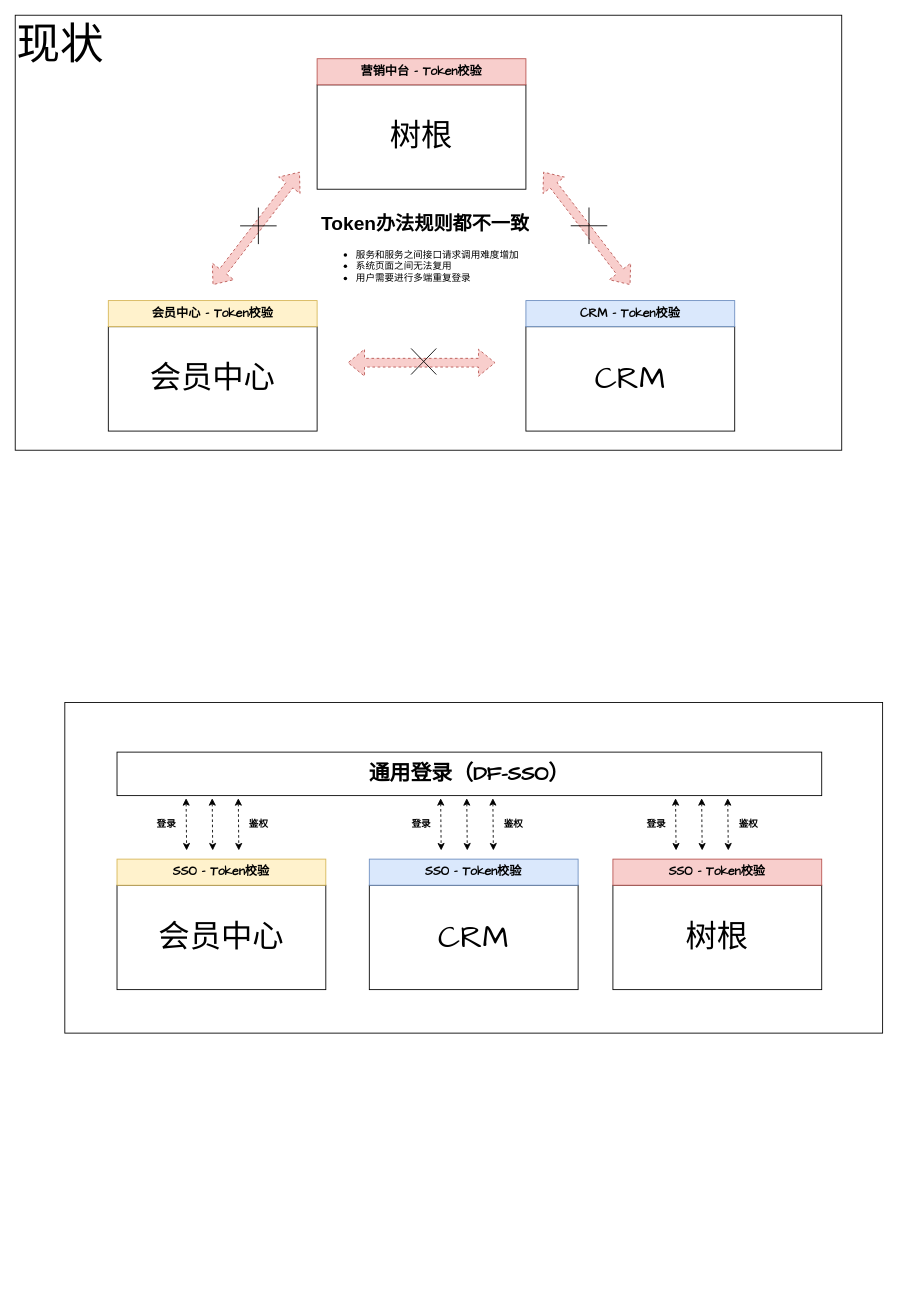
This is shinho/【0625】DD平台接入改造.drawio from 18857545022/-, a draw.io file, before an edit. Source tidied: cells renumbered, new cells numbered last; positions are measured from the earlier drawing's top-left corner, leaving out a move shared by most shapes. Both pictures are drawn from the tidied source at 87%, with x=0, y=0 at pixel (15, 15).
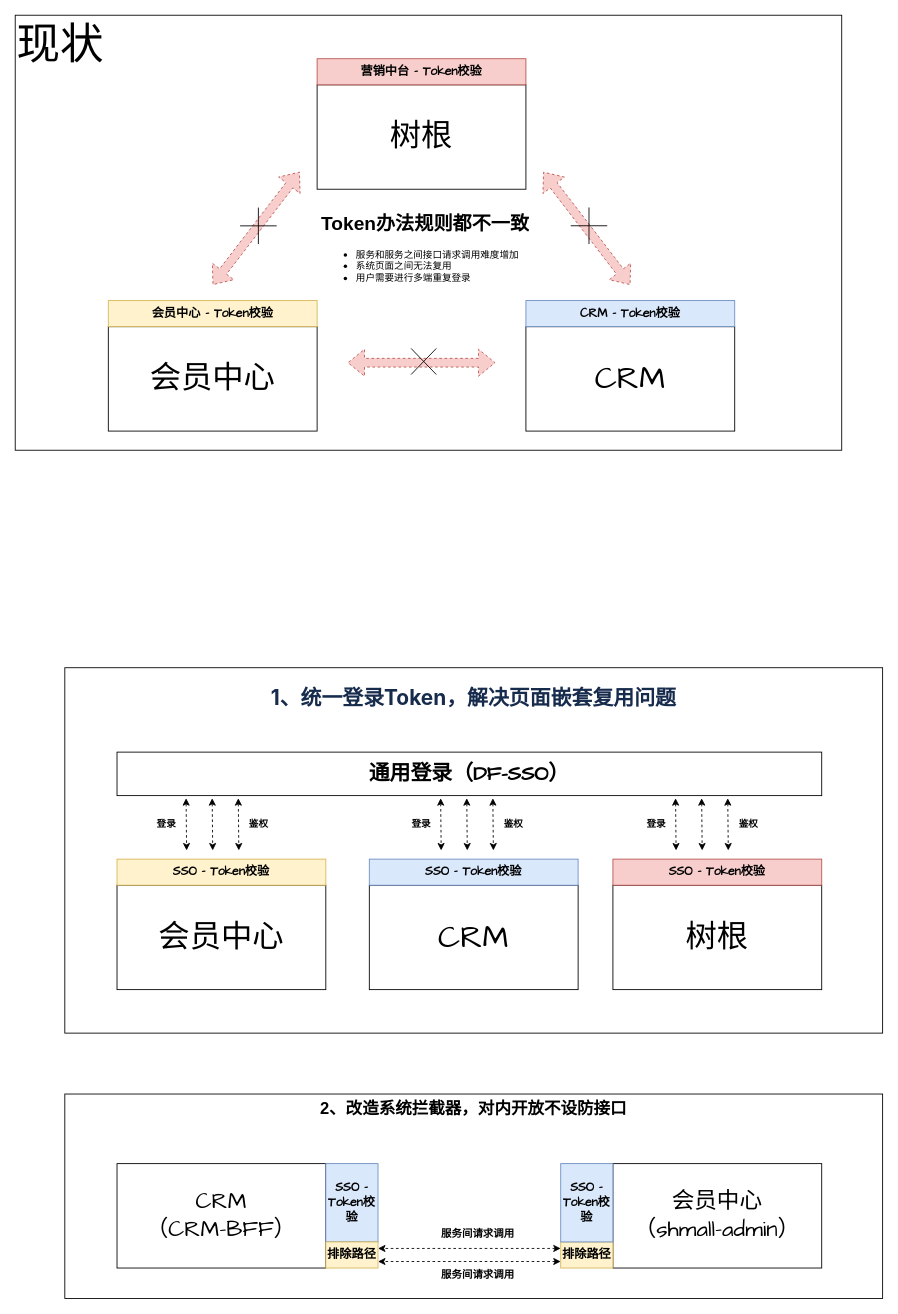
The same diagram, later.

Commit message:
更新【0625】DD平台接入改造.drawio

The edit, as a diff of the source:
```diff
@@
+    <mxCell id="57" value="&lt;font style=&quot;font-size: 19px;&quot;&gt;&lt;b&gt;2、改造系统拦截器，对内开放不设防接口&lt;/b&gt;&lt;/font&gt;" style="rounded=0;whiteSpace=wrap;html=1;verticalAlign=top;" parent="1" vertex="1">
+      <mxGeometry x="57" y="1240" width="940" height="235" as="geometry" />
+    </mxCell>
-    <mxCell id="2" style="rounded=0;whiteSpace=wrap;html=1;hachureGap=4;fontFamily=Architects Daughter;fontSize=11;fontColor=default;labelBackgroundColor=default;" parent="1" vertex="1">
-      <mxGeometry x="57" y="790" width="940" height="380" as="geometry" />
+    <mxCell id="2" value="&lt;h2 style=&quot;margin: 10px 0px 0px; padding: 0px; color: rgb(23, 43, 77); font-weight: normal; line-height: 1.5; border-bottom-color: rgb(255, 255, 255); font-family: -apple-system, BlinkMacSystemFont, &amp;quot;Segoe UI&amp;quot;, Roboto, Oxygen, Ubuntu, &amp;quot;Fira Sans&amp;quot;, &amp;quot;Droid Sans&amp;quot;, &amp;quot;Helvetica Neue&amp;quot;, sans-serif; text-align: start;&quot; id=&quot;id-【DD平台】服务接入方案-2.1统一登录Token，解决页面嵌套复用问题&quot;&gt;&lt;strong style=&quot;&quot;&gt;&lt;font style=&quot;font-size: 24px;&quot;&gt;1、统一登录Token，解决页面嵌套复用问题&lt;/font&gt;&lt;/strong&gt;&lt;/h2&gt;" style="rounded=0;whiteSpace=wrap;html=1;hachureGap=4;fontFamily=Architects Daughter;fontSize=11;fontColor=default;labelBackgroundColor=default;verticalAlign=top;" parent="1" vertex="1">
+      <mxGeometry x="57" y="750" width="940" height="420" as="geometry" />
     </mxCell>
@@
+    <mxCell id="58" value="&lt;font style=&quot;font-size: 26px;&quot;&gt;CRM&lt;/font&gt;&lt;div style=&quot;font-size: 26px;&quot;&gt;&lt;font style=&quot;font-size: 26px;&quot;&gt;（CRM-BFF）&lt;/font&gt;&lt;/div&gt;" style="rounded=0;whiteSpace=wrap;html=1;hachureGap=4;fontFamily=Architects Daughter;" parent="1" vertex="1">
+      <mxGeometry x="117" y="1320" width="240" height="120" as="geometry" />
+    </mxCell>
+    <mxCell id="59" value="&lt;font style=&quot;font-size: 14px;&quot;&gt;&lt;b&gt;SSO - Token校验&lt;/b&gt;&lt;/font&gt;" style="rounded=0;whiteSpace=wrap;html=1;hachureGap=4;fontFamily=Architects Daughter;fillColor=#dae8fc;strokeColor=#6c8ebf;" parent="1" vertex="1">
+      <mxGeometry x="357" y="1320" width="60" height="90" as="geometry" />
+    </mxCell>
+    <mxCell id="60" value="&lt;font style=&quot;font-size: 14px;&quot;&gt;&lt;b&gt;排除路径&lt;/b&gt;&lt;/font&gt;" style="rounded=0;whiteSpace=wrap;html=1;hachureGap=4;fontFamily=Architects Daughter;fillColor=#fff2cc;strokeColor=#d6b656;" parent="1" vertex="1">
+      <mxGeometry x="357" y="1410" width="60" height="30" as="geometry" />
+    </mxCell>
+    <mxCell id="61" value="&lt;span style=&quot;font-size: 26px;&quot;&gt;会员中心&lt;/span&gt;&lt;br&gt;&lt;div style=&quot;font-size: 26px;&quot;&gt;&lt;font style=&quot;font-size: 26px;&quot;&gt;（shmall-admin）&lt;/font&gt;&lt;/div&gt;" style="rounded=0;whiteSpace=wrap;html=1;hachureGap=4;fontFamily=Architects Daughter;" parent="1" vertex="1">
+      <mxGeometry x="687" y="1320" width="240" height="120" as="geometry" />
+    </mxCell>
+    <mxCell id="62" value="&lt;font style=&quot;font-size: 14px;&quot;&gt;&lt;b&gt;排除路径&lt;/b&gt;&lt;/font&gt;" style="rounded=0;whiteSpace=wrap;html=1;hachureGap=4;fontFamily=Architects Daughter;fillColor=#fff2cc;strokeColor=#d6b656;" parent="1" vertex="1">
+      <mxGeometry x="627" y="1410" width="60" height="30" as="geometry" />
+    </mxCell>
+    <mxCell id="63" style="endArrow=classic;startArrow=classic;html=1;rounded=0;exitX=0;exitY=0.25;exitDx=0;exitDy=0;entryX=1;entryY=0.25;entryDx=0;entryDy=0;dashed=1;" parent="1" edge="1" source="62" target="60">
+      <mxGeometry relative="1" as="geometry" />
+    </mxCell>
+    <mxCell id="64" style="endArrow=classic;startArrow=classic;html=1;rounded=0;exitX=0;exitY=0.75;exitDx=0;exitDy=0;entryX=1;entryY=0.75;entryDx=0;entryDy=0;dashed=1;" parent="1" edge="1" source="62" target="60">
+      <mxGeometry relative="1" as="geometry" />
+    </mxCell>
+    <mxCell id="65" value="服务间请求调用" style="text;html=1;align=center;verticalAlign=middle;whiteSpace=wrap;rounded=0;fontStyle=1;fontSize=12;" parent="1" vertex="1">
+      <mxGeometry x="467" y="1433" width="130" height="30" as="geometry" />
+    </mxCell>
+    <mxCell id="66" value="&lt;font style=&quot;font-size: 14px;&quot;&gt;&lt;b&gt;SSO - Token校验&lt;/b&gt;&lt;/font&gt;" style="rounded=0;whiteSpace=wrap;html=1;hachureGap=4;fontFamily=Architects Daughter;fillColor=#dae8fc;strokeColor=#6c8ebf;" parent="1" vertex="1">
+      <mxGeometry x="627" y="1320" width="60" height="90" as="geometry" />
+    </mxCell>
+    <mxCell id="67" value="服务间请求调用" style="text;html=1;align=center;verticalAlign=middle;whiteSpace=wrap;rounded=0;fontStyle=1;fontSize=12;" parent="1" vertex="1">
+      <mxGeometry x="467" y="1386" width="130" height="30" as="geometry" />
+    </mxCell>
```
